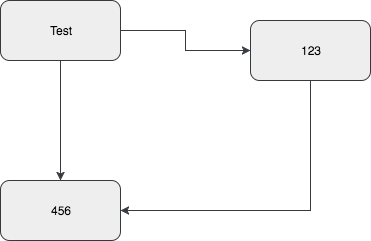
alderg/sandbox keeps this draw.io diagram as test2.png. Above is the earlier version. Source tidied: cells renumbered, new cells last; positions are measured from the earlier drawing's top-left corner, leaving out a move shared by most shapes.
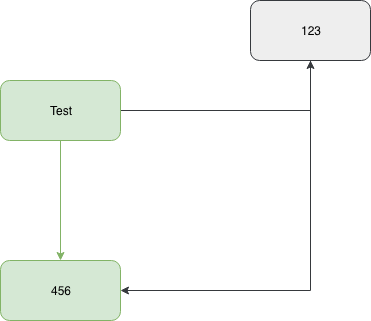
After the commit.

What changed in the source:
```diff
@@ -2,13 +2,13 @@
   <root>
     <mxCell id="0" />
     <mxCell id="1" parent="0" />
-    <mxCell id="2" style="edgeStyle=orthogonalEdgeStyle;rounded=0;html=1;jettySize=auto;fillColor=#eeeeee;strokeColor=#36393d;" parent="1" edge="1" source="4" target="7">
+    <mxCell id="2" style="edgeStyle=orthogonalEdgeStyle;rounded=0;html=1;jettySize=auto;fillColor=#d5e8d4;strokeColor=#82b366;" parent="1" edge="1" source="4" target="7">
       <mxGeometry relative="1" as="geometry" />
     </mxCell>
     <mxCell id="3" style="edgeStyle=orthogonalEdgeStyle;rounded=0;html=1;jettySize=auto;fillColor=#eeeeee;strokeColor=#36393d;" parent="1" edge="1" source="4" target="6">
       <mxGeometry relative="1" as="geometry" />
     </mxCell>
-    <mxCell id="4" value="Test" style="rounded=1;whiteSpace=wrap;html=1;fillColor=#eeeeee;strokeColor=#36393d;" parent="1" vertex="1">
+    <mxCell id="4" value="Test" style="rounded=1;whiteSpace=wrap;html=1;fillColor=#d5e8d4;strokeColor=#82b366;" parent="1" vertex="1">
       <mxGeometry width="120" height="60" as="geometry" />
     </mxCell>
     <mxCell id="5" style="edgeStyle=orthogonalEdgeStyle;rounded=0;html=1;jettySize=auto;fillColor=#eeeeee;strokeColor=#36393d;" parent="1" edge="1" source="6" target="7">
@@ -19,9 +19,9 @@
       </mxGeometry>
     </mxCell>
     <mxCell id="6" value="123" style="rounded=1;whiteSpace=wrap;html=1;fillColor=#eeeeee;strokeColor=#36393d;" parent="1" vertex="1">
-      <mxGeometry x="250" y="20" width="120" height="60" as="geometry" />
+      <mxGeometry x="250" y="-80" width="120" height="60" as="geometry" />
     </mxCell>
-    <mxCell id="7" value="456" style="rounded=1;whiteSpace=wrap;html=1;fillColor=#eeeeee;strokeColor=#36393d;" parent="1" vertex="1">
+    <mxCell id="7" value="456" style="rounded=1;whiteSpace=wrap;html=1;fillColor=#d5e8d4;strokeColor=#82b366;" parent="1" vertex="1">
       <mxGeometry y="180" width="120" height="60" as="geometry" />
     </mxCell>
   </root>
```
